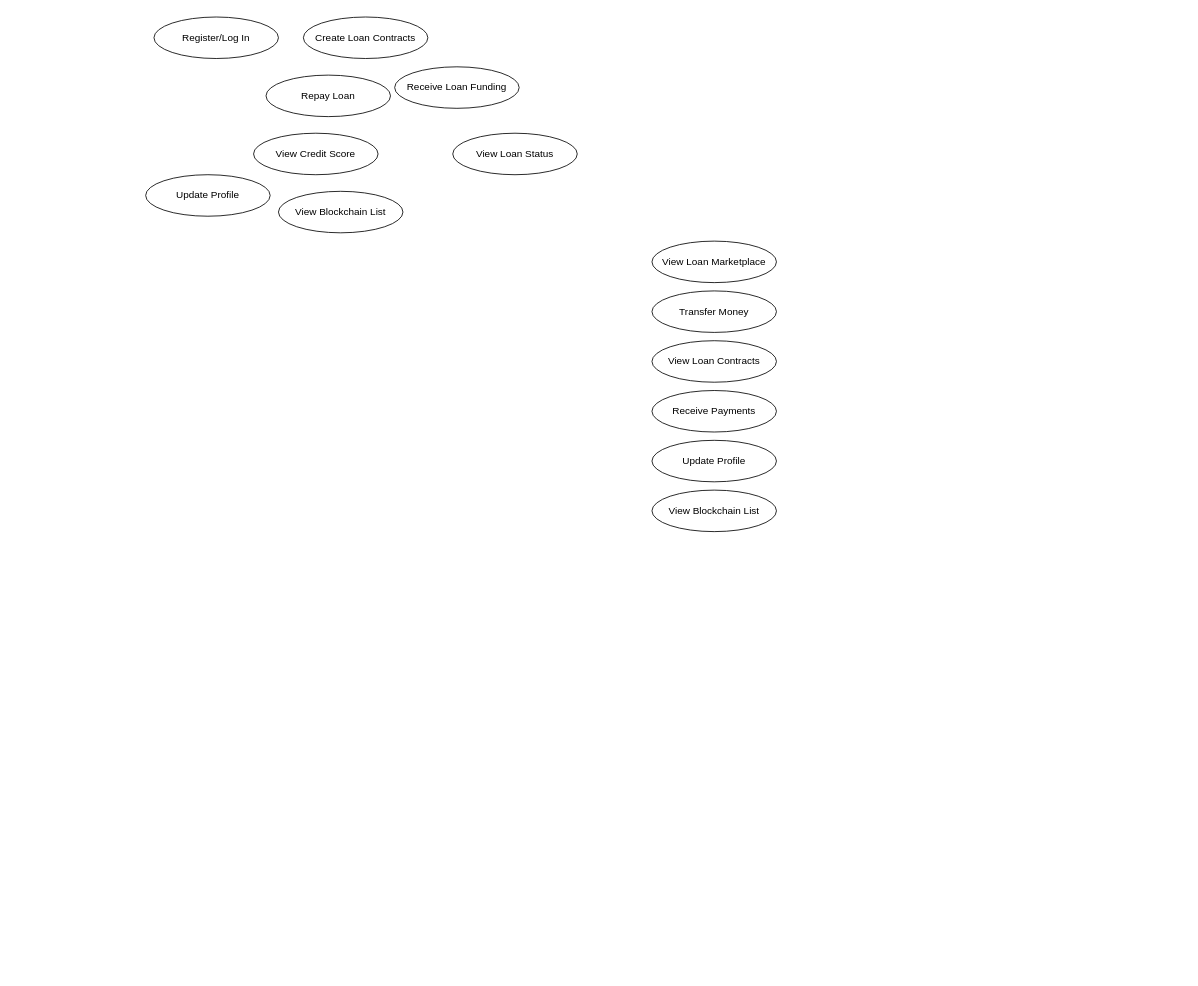
Above: Diagrams/SKY-P2P-UCD.drawio in SQU3AKERS/Sky-P2P (draw.io), before the change. Source tidied: cells renumbered, new cells numbered last; positions are measured from the earlier drawing's top-left corner, leaving out a move shared by most shapes. Both pictures are drawn from the tidied source at 83%, with x=0, y=0 at pixel (145, 17).
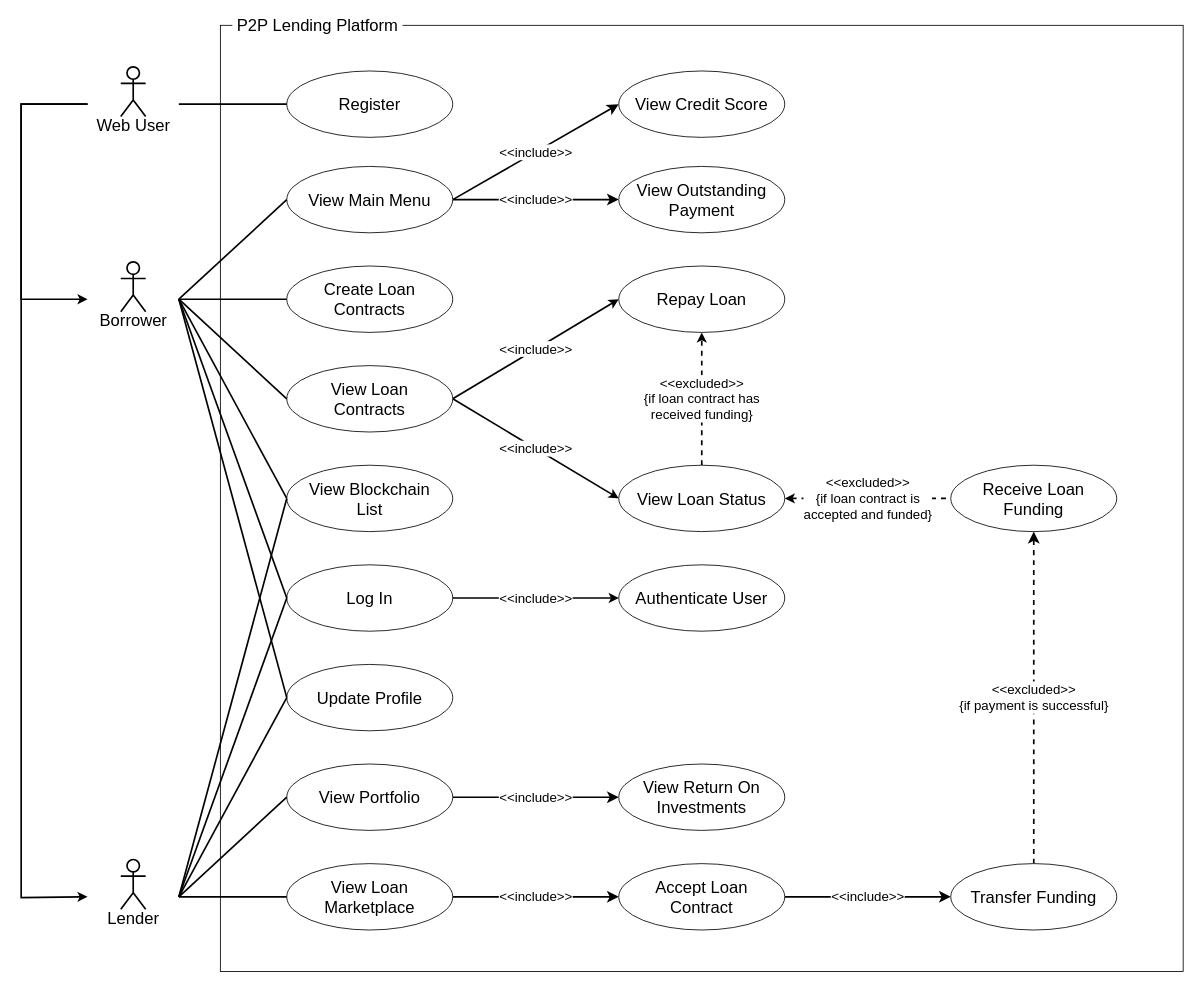
Above is the later version.

What changed in the source:
```diff
@@
+    <mxCell id="16" value="&lt;font style=&quot;font-size: 20px;&quot;&gt;&amp;nbsp;P2P Lending Platform&amp;nbsp;&lt;/font&gt;" style="rounded=0;whiteSpace=wrap;html=1;labelPosition=left;verticalLabelPosition=top;align=right;verticalAlign=bottom;spacing=0;spacingBottom=-12;spacingRight=-220;spacingLeft=0;labelBackgroundColor=default;" parent="1" vertex="1">
+      <mxGeometry x="90" y="10" width="1160" height="1140" as="geometry" />
+    </mxCell>
-    <mxCell id="2" value="Register/Log In" style="ellipse;html=1;whiteSpace=wrap;fillColor=#FFFFFF;" parent="1" vertex="1">
-      <mxGeometry x="10" width="150" height="50" as="geometry" />
+    <mxCell id="2" value="Log In" style="ellipse;html=1;whiteSpace=wrap;fillColor=#FFFFFF;fontSize=20;" parent="1" vertex="1">
+      <mxGeometry x="170" y="660" width="200" height="80" as="geometry" />
     </mxCell>
+    <mxCell id="17" style="rounded=0;jettySize=auto;html=1;exitX=0;exitY=0.5;exitDx=0;exitDy=0;entryX=1;entryY=0.5;entryDx=0;entryDy=0;endArrow=none;endFill=0;strokeWidth=2;" parent="1" edge="1" source="3" target="27">
+      <mxGeometry relative="1" as="geometry" />
+    </mxCell>
-    <mxCell id="3" value="Create Loan Contracts" style="ellipse;html=1;whiteSpace=wrap;fillColor=#FFFFFF;" parent="1" vertex="1">
-      <mxGeometry x="190" width="150" height="50" as="geometry" />
+    <mxCell id="3" value="Create Loan Contracts" style="ellipse;html=1;whiteSpace=wrap;fillColor=#FFFFFF;fontSize=20;" parent="1" vertex="1">
+      <mxGeometry x="170" y="300" width="200" height="80" as="geometry" />
     </mxCell>
-    <mxCell id="4" value="Receive Loan Funding" style="ellipse;html=1;whiteSpace=wrap;fillColor=#FFFFFF;" parent="1" vertex="1">
-      <mxGeometry x="300" y="60" width="150" height="50" as="geometry" />
+    <mxCell id="4" value="Receive Loan Funding" style="ellipse;html=1;whiteSpace=wrap;fillColor=#FFFFFF;fontSize=20;" parent="1" vertex="1">
+      <mxGeometry x="970" y="540" width="200" height="80" as="geometry" />
     </mxCell>
-    <mxCell id="5" value="Repay Loan" style="ellipse;html=1;whiteSpace=wrap;fillColor=#FFFFFF;" parent="1" vertex="1">
-      <mxGeometry x="145" y="70" width="150" height="50" as="geometry" />
+    <mxCell id="5" value="Repay Loan" style="ellipse;html=1;whiteSpace=wrap;fillColor=#FFFFFF;fontSize=20;" parent="1" vertex="1">
+      <mxGeometry x="570" y="300" width="200" height="80" as="geometry" />
     </mxCell>
+    <mxCell id="18" value="&amp;lt;&amp;lt;excluded&amp;gt;&amp;gt;&lt;br&gt;{if loan contract has&lt;br&gt;received funding}" style="rounded=0;jettySize=auto;html=1;exitX=0.5;exitY=0;exitDx=0;exitDy=0;entryX=0.5;entryY=1;entryDx=0;entryDy=0;fontSize=16;strokeWidth=2;dashed=1;" parent="1" edge="1" source="6" target="5">
+      <mxGeometry relative="1" as="geometry" />
+    </mxCell>
-    <mxCell id="6" value="View Loan Status" style="ellipse;html=1;whiteSpace=wrap;fillColor=#FFFFFF;" parent="1" vertex="1">
-      <mxGeometry x="370" y="140" width="150" height="50" as="geometry" />
+    <mxCell id="6" value="View Loan Status" style="ellipse;html=1;whiteSpace=wrap;fillColor=#FFFFFF;fontSize=20;" parent="1" vertex="1">
+      <mxGeometry x="570" y="540" width="200" height="80" as="geometry" />
     </mxCell>
-    <mxCell id="7" value="View Credit Score" style="ellipse;html=1;whiteSpace=wrap;fillColor=#FFFFFF;" parent="1" vertex="1">
-      <mxGeometry x="130" y="140" width="150" height="50" as="geometry" />
+    <mxCell id="7" value="View Credit Score" style="ellipse;html=1;whiteSpace=wrap;fillColor=#FFFFFF;fontSize=20;" parent="1" vertex="1">
+      <mxGeometry x="570" y="65" width="200" height="80" as="geometry" />
     </mxCell>
-    <mxCell id="8" value="Update Profile" style="ellipse;html=1;whiteSpace=wrap;fillColor=#FFFFFF;" parent="1" vertex="1">
-      <mxGeometry y="190" width="150" height="50" as="geometry" />
+    <mxCell id="8" value="Update Profile" style="ellipse;html=1;whiteSpace=wrap;fillColor=#FFFFFF;fontSize=20;" parent="1" vertex="1">
+      <mxGeometry x="170" y="780" width="200" height="80" as="geometry" />
     </mxCell>
+    <mxCell id="19" style="rounded=0;jettySize=auto;html=1;exitX=0;exitY=0.5;exitDx=0;exitDy=0;entryX=1;entryY=0.5;entryDx=0;entryDy=0;strokeWidth=2;endArrow=none;endFill=0;" parent="1" edge="1" source="9" target="27">
+      <mxGeometry relative="1" as="geometry" />
+    </mxCell>
-    <mxCell id="9" value="View Blockchain List" style="ellipse;html=1;whiteSpace=wrap;fillColor=#FFFFFF;" parent="1" vertex="1">
-      <mxGeometry x="160" y="210" width="150" height="50" as="geometry" />
+    <mxCell id="9" value="View Blockchain&lt;br&gt;List" style="ellipse;html=1;whiteSpace=wrap;fillColor=#FFFFFF;fontSize=20;" parent="1" vertex="1">
+      <mxGeometry x="170" y="540" width="200" height="80" as="geometry" />
     </mxCell>
+    <mxCell id="20" value="&lt;font style=&quot;font-size: 16px;&quot;&gt;&amp;lt;&amp;lt;include&amp;gt;&amp;gt;&lt;/font&gt;" style="edgeStyle=none;curved=1;rounded=0;jettySize=auto;html=1;exitX=1;exitY=0.5;exitDx=0;exitDy=0;entryX=0;entryY=0.5;entryDx=0;entryDy=0;fontSize=16;startSize=8;endSize=8;strokeWidth=2;" parent="1" edge="1" source="10" target="53">
+      <mxGeometry relative="1" as="geometry" />
+    </mxCell>
-    <mxCell id="10" value="View Loan Marketplace" style="ellipse;html=1;whiteSpace=wrap;fillColor=#FFFFFF;" parent="1" vertex="1">
-      <mxGeometry x="610" y="270" width="150" height="50" as="geometry" />
+    <mxCell id="10" value="View Loan Marketplace" style="ellipse;html=1;whiteSpace=wrap;fillColor=#FFFFFF;fontSize=20;" parent="1" vertex="1">
+      <mxGeometry x="170" y="1020" width="200" height="80" as="geometry" />
     </mxCell>
+    <mxCell id="21" value="&amp;lt;&amp;lt;excluded&amp;gt;&amp;gt;&lt;br&gt;{if payment is successful}" style="edgeStyle=none;curved=1;rounded=0;jettySize=auto;html=1;exitX=0.5;exitY=0;exitDx=0;exitDy=0;entryX=0.5;entryY=1;entryDx=0;entryDy=0;fontSize=16;startSize=8;endSize=8;dashed=1;strokeWidth=2;" parent="1" edge="1" source="11" target="4">
+      <mxGeometry relative="1" as="geometry" />
+    </mxCell>
-    <mxCell id="11" value="Transfer Money" style="ellipse;html=1;whiteSpace=wrap;fillColor=#FFFFFF;" parent="1" vertex="1">
-      <mxGeometry x="610" y="330" width="150" height="50" as="geometry" />
+    <mxCell id="11" value="Transfer Funding" style="ellipse;html=1;whiteSpace=wrap;fillColor=#FFFFFF;fontSize=20;" parent="1" vertex="1">
+      <mxGeometry x="970" y="1020" width="200" height="80" as="geometry" />
     </mxCell>
+    <mxCell id="22" value="&lt;font style=&quot;font-size: 16px;&quot;&gt;&amp;lt;&amp;lt;excluded&amp;gt;&amp;gt;&lt;br style=&quot;font-size: 16px;&quot;&gt;{if loan contract is &lt;br style=&quot;font-size: 16px;&quot;&gt;accepted and funded}&lt;br style=&quot;font-size: 16px;&quot;&gt;&lt;/font&gt;" style="rounded=0;jettySize=auto;html=1;exitX=1;exitY=0.5;exitDx=0;exitDy=0;entryX=0;entryY=0.5;entryDx=0;entryDy=0;endArrow=none;endFill=0;strokeWidth=2;startArrow=classic;startFill=1;dashed=1;fontSize=16;" parent="1" edge="1" source="6" target="4">
+      <mxGeometry relative="1" as="geometry" />
+    </mxCell>
+    <mxCell id="23" value="&amp;lt;&amp;lt;include&amp;gt;&amp;gt;" style="rounded=0;jettySize=auto;html=1;exitX=1;exitY=0.5;exitDx=0;exitDy=0;entryX=0;entryY=0.5;entryDx=0;entryDy=0;strokeWidth=2;fontSize=16;" parent="1" edge="1" source="12" target="5">
+      <mxGeometry relative="1" as="geometry" />
+    </mxCell>
+    <mxCell id="24" value="&amp;lt;&amp;lt;include&amp;gt;&amp;gt;" style="rounded=0;jettySize=auto;html=1;exitX=1;exitY=0.5;exitDx=0;exitDy=0;entryX=0;entryY=0.5;entryDx=0;entryDy=0;strokeWidth=2;fontSize=16;" parent="1" edge="1" source="12" target="6">
+      <mxGeometry relative="1" as="geometry" />
+    </mxCell>
-    <mxCell id="12" value="View Loan Contracts" style="ellipse;html=1;whiteSpace=wrap;fillColor=#FFFFFF;" parent="1" vertex="1">
-      <mxGeometry x="610" y="390" width="150" height="50" as="geometry" />
+    <mxCell id="12" value="View Loan&lt;br&gt;Contracts" style="ellipse;html=1;whiteSpace=wrap;fillColor=#FFFFFF;fontSize=20;" parent="1" vertex="1">
+      <mxGeometry x="170" y="420" width="200" height="80" as="geometry" />
     </mxCell>
+    <mxCell id="25" value="&amp;lt;&amp;lt;include&amp;gt;&amp;gt;" style="edgeStyle=none;curved=1;rounded=0;jettySize=auto;html=1;exitX=1;exitY=0.5;exitDx=0;exitDy=0;entryX=0;entryY=0.5;entryDx=0;entryDy=0;fontSize=16;startSize=8;endSize=8;strokeWidth=2;" parent="1" edge="1" source="13" target="55">
+      <mxGeometry relative="1" as="geometry" />
+    </mxCell>
-    <mxCell id="13" value="Receive Payments" style="ellipse;html=1;whiteSpace=wrap;fillColor=#FFFFFF;" parent="1" vertex="1">
-      <mxGeometry x="610" y="450" width="150" height="50" as="geometry" />
+    <mxCell id="13" value="View Portfolio" style="ellipse;html=1;whiteSpace=wrap;fillColor=#FFFFFF;fontSize=20;" parent="1" vertex="1">
+      <mxGeometry x="170" y="900" width="200" height="80" as="geometry" />
     </mxCell>
-    <mxCell id="14" value="Update Profile" style="ellipse;html=1;whiteSpace=wrap;fillColor=#FFFFFF;" parent="1" vertex="1">
-      <mxGeometry x="610" y="510" width="150" height="50" as="geometry" />
-    </mxCell>
-    <mxCell id="15" value="View Blockchain List" style="ellipse;html=1;whiteSpace=wrap;fillColor=#FFFFFF;" parent="1" vertex="1">
-      <mxGeometry x="610" y="570" width="150" height="50" as="geometry" />
+    <mxCell id="15" value="Register" style="ellipse;html=1;whiteSpace=wrap;fillColor=#FFFFFF;fontSize=20;" parent="1" vertex="1">
+      <mxGeometry x="170" y="65" width="200" height="80" as="geometry" />
     </mxCell>
+    <mxCell id="26" style="group;" parent="1" vertex="1">
+      <mxGeometry x="-70" y="265" width="110" height="150" as="geometry" />
+    </mxCell>
+    <mxCell id="27" style="ellipse;whiteSpace=wrap;html=1;strokeColor=none;fillColor=none;" parent="26" vertex="1">
+      <mxGeometry width="110" height="150" as="geometry" />
+    </mxCell>
+    <mxCell id="28" value="Borrower" style="shape=umlActor;verticalLabelPosition=bottom;verticalAlign=top;html=1;strokeWidth=2;fontSize=20;spacingBottom=0;spacingTop=-8;" parent="26" vertex="1">
+      <mxGeometry x="40" y="30" width="30" height="60" as="geometry" />
+    </mxCell>
+    <mxCell id="29" style="group;" parent="1" vertex="1">
+      <mxGeometry x="-70" y="985" width="110" height="150" as="geometry" />
+    </mxCell>
+    <mxCell id="30" style="ellipse;whiteSpace=wrap;html=1;fillColor=none;strokeColor=none;" parent="29" vertex="1">
+      <mxGeometry width="110" height="150" as="geometry" />
+    </mxCell>
+    <mxCell id="31" value="Lender" style="shape=umlActor;verticalLabelPosition=bottom;verticalAlign=top;html=1;strokeWidth=2;fontSize=20;spacingBottom=0;spacingTop=-8;" parent="29" vertex="1">
+      <mxGeometry x="40" y="30" width="30" height="60" as="geometry" />
+    </mxCell>
+    <mxCell id="32" style="rounded=0;jettySize=auto;html=1;exitX=1;exitY=0.5;exitDx=0;exitDy=0;entryX=0;entryY=0.5;entryDx=0;entryDy=0;endArrow=none;endFill=0;strokeWidth=2;" parent="1" edge="1" source="30" target="2">
+      <mxGeometry relative="1" as="geometry" />
+    </mxCell>
+    <mxCell id="33" style="group;" parent="1" vertex="1">
+      <mxGeometry x="-70" y="30" width="110" height="150" as="geometry" />
+    </mxCell>
+    <mxCell id="34" style="ellipse;whiteSpace=wrap;html=1;strokeWidth=0;strokeColor=none;fillColor=none;" parent="33" vertex="1">
+      <mxGeometry width="110" height="150" as="geometry" />
+    </mxCell>
+    <mxCell id="35" value="Web User" style="shape=umlActor;verticalLabelPosition=bottom;verticalAlign=top;html=1;strokeWidth=2;fontSize=20;spacingBottom=0;spacingTop=-8;" parent="33" vertex="1">
+      <mxGeometry x="40" y="30" width="30" height="60" as="geometry" />
+    </mxCell>
+    <mxCell id="36" style="rounded=0;jettySize=auto;html=1;exitX=1;exitY=0.5;exitDx=0;exitDy=0;entryX=0;entryY=0.5;entryDx=0;entryDy=0;endArrow=none;endFill=0;strokeWidth=2;" parent="1" edge="1" source="34" target="15">
+      <mxGeometry relative="1" as="geometry" />
+    </mxCell>
+    <mxCell id="37" style="edgeStyle=orthogonalEdgeStyle;rounded=0;jettySize=auto;html=1;exitX=0;exitY=0.5;exitDx=0;exitDy=0;entryX=0;entryY=0.5;entryDx=0;entryDy=0;strokeWidth=2;" parent="1" edge="1" source="34" target="30">
+      <mxGeometry relative="1" as="geometry">
+        <Array as="points">
+          <mxPoint x="-150" y="105" />
+          <mxPoint x="-150" y="1061" />
+        </Array>
+      </mxGeometry>
+    </mxCell>
+    <mxCell id="38" style="edgeStyle=orthogonalEdgeStyle;rounded=0;jettySize=auto;html=1;exitX=0;exitY=0.5;exitDx=0;exitDy=0;entryX=0;entryY=0.5;entryDx=0;entryDy=0;strokeWidth=2;" parent="1" edge="1" source="34" target="27">
+      <mxGeometry relative="1" as="geometry">
+        <Array as="points">
+          <mxPoint x="-150" y="105" />
+          <mxPoint x="-150" y="340" />
+        </Array>
+      </mxGeometry>
+    </mxCell>
+    <mxCell id="39" style="rounded=0;jettySize=auto;html=1;exitX=1;exitY=0.5;exitDx=0;exitDy=0;entryX=0;entryY=0.5;entryDx=0;entryDy=0;endArrow=none;endFill=0;strokeWidth=2;" parent="1" edge="1" source="27" target="2">
+      <mxGeometry relative="1" as="geometry" />
+    </mxCell>
+    <mxCell id="40" value="&lt;span style=&quot;font-size: 16px;&quot;&gt;&amp;lt;&amp;lt;include&amp;gt;&amp;gt;&lt;br style=&quot;font-size: 16px;&quot;&gt;&lt;/span&gt;" style="rounded=0;jettySize=auto;html=1;exitX=0;exitY=0.5;exitDx=0;exitDy=0;entryX=1;entryY=0.5;entryDx=0;entryDy=0;strokeWidth=2;verticalAlign=middle;spacingTop=0;spacingBottom=0;spacing=2;startArrow=classic;startFill=1;endArrow=none;endFill=0;fontSize=16;" parent="1" edge="1" source="41" target="2">
+      <mxGeometry relative="1" as="geometry" />
+    </mxCell>
+    <mxCell id="41" value="Authenticate User" style="ellipse;html=1;whiteSpace=wrap;fillColor=#FFFFFF;fontSize=20;" parent="1" vertex="1">
+      <mxGeometry x="570" y="660" width="200" height="80" as="geometry" />
+    </mxCell>
+    <mxCell id="42" style="rounded=0;jettySize=auto;html=1;exitX=1;exitY=0.5;exitDx=0;exitDy=0;entryX=0;entryY=0.5;entryDx=0;entryDy=0;strokeWidth=2;endArrow=none;endFill=0;" parent="1" edge="1" source="27" target="12">
+      <mxGeometry relative="1" as="geometry" />
+    </mxCell>
+    <mxCell id="43" style="rounded=0;jettySize=auto;html=1;exitX=1;exitY=0.5;exitDx=0;exitDy=0;entryX=0;entryY=0.5;entryDx=0;entryDy=0;strokeWidth=2;endArrow=none;endFill=0;" parent="1" edge="1" source="30" target="10">
+      <mxGeometry relative="1" as="geometry" />
+    </mxCell>
+    <mxCell id="44" style="rounded=0;jettySize=auto;html=1;exitX=1;exitY=0.5;exitDx=0;exitDy=0;entryX=0;entryY=0.5;entryDx=0;entryDy=0;endArrow=none;endFill=0;strokeWidth=2;" parent="1" edge="1" source="27" target="8">
+      <mxGeometry relative="1" as="geometry" />
+    </mxCell>
+    <mxCell id="45" style="rounded=0;jettySize=auto;html=1;exitX=1;exitY=0.5;exitDx=0;exitDy=0;entryX=0;entryY=0.5;entryDx=0;entryDy=0;endArrow=none;endFill=0;strokeWidth=2;" parent="1" edge="1" source="30" target="8">
+      <mxGeometry relative="1" as="geometry" />
+    </mxCell>
+    <mxCell id="46" style="rounded=0;jettySize=auto;html=1;exitX=1;exitY=0.5;exitDx=0;exitDy=0;entryX=0;entryY=0.5;entryDx=0;entryDy=0;strokeWidth=2;endArrow=none;endFill=0;" parent="1" edge="1" source="30" target="9">
+      <mxGeometry relative="1" as="geometry" />
+    </mxCell>
+    <mxCell id="47" value="&lt;font style=&quot;font-size: 16px;&quot;&gt;&amp;lt;&amp;lt;include&amp;gt;&amp;gt;&lt;/font&gt;" style="edgeStyle=none;curved=1;rounded=0;jettySize=auto;html=1;exitX=1;exitY=0.5;exitDx=0;exitDy=0;entryX=0;entryY=0.5;entryDx=0;entryDy=0;fontSize=12;startSize=8;endSize=8;strokeWidth=2;" parent="1" edge="1" source="49" target="7">
+      <mxGeometry relative="1" as="geometry" />
+    </mxCell>
+    <mxCell id="48" value="&amp;lt;&amp;lt;include&amp;gt;&amp;gt;" style="edgeStyle=none;curved=1;rounded=0;jettySize=auto;html=1;exitX=1;exitY=0.5;exitDx=0;exitDy=0;entryX=0;entryY=0.5;entryDx=0;entryDy=0;fontSize=16;startSize=8;endSize=8;strokeWidth=2;" parent="1" edge="1" source="49" target="51">
+      <mxGeometry relative="1" as="geometry" />
+    </mxCell>
+    <mxCell id="49" value="View Main Menu" style="ellipse;html=1;whiteSpace=wrap;fillColor=#FFFFFF;fontSize=20;" parent="1" vertex="1">
+      <mxGeometry x="170" y="180" width="200" height="80" as="geometry" />
+    </mxCell>
+    <mxCell id="50" style="rounded=0;jettySize=auto;html=1;exitX=1;exitY=0.5;exitDx=0;exitDy=0;entryX=0;entryY=0.5;entryDx=0;entryDy=0;strokeWidth=2;endArrow=none;endFill=0;" parent="1" edge="1" source="27" target="49">
+      <mxGeometry relative="1" as="geometry" />
+    </mxCell>
+    <mxCell id="51" value="View Outstanding&lt;br&gt;Payment" style="ellipse;html=1;whiteSpace=wrap;fillColor=#FFFFFF;fontSize=20;" parent="1" vertex="1">
+      <mxGeometry x="570" y="180" width="200" height="80" as="geometry" />
+    </mxCell>
+    <mxCell id="52" value="&amp;lt;&amp;lt;include&amp;gt;&amp;gt;" style="edgeStyle=none;curved=1;rounded=0;jettySize=auto;html=1;exitX=1;exitY=0.5;exitDx=0;exitDy=0;entryX=0;entryY=0.5;entryDx=0;entryDy=0;fontSize=16;startSize=8;endSize=8;strokeWidth=2;" parent="1" edge="1" source="53" target="11">
+      <mxGeometry relative="1" as="geometry" />
+    </mxCell>
+    <mxCell id="53" value="Accept Loan&lt;br&gt;Contract" style="ellipse;html=1;whiteSpace=wrap;fillColor=#FFFFFF;fontSize=20;" parent="1" vertex="1">
+      <mxGeometry x="570" y="1020" width="200" height="80" as="geometry" />
+    </mxCell>
+    <mxCell id="54" style="edgeStyle=none;curved=1;rounded=0;jettySize=auto;html=1;exitX=1;exitY=0.5;exitDx=0;exitDy=0;entryX=0;entryY=0.5;entryDx=0;entryDy=0;fontSize=13;startSize=8;endSize=8;endArrow=none;endFill=0;strokeWidth=2;" parent="1" edge="1" source="30" target="13">
+      <mxGeometry relative="1" as="geometry" />
+    </mxCell>
+    <mxCell id="55" value="View Return On&lt;br&gt;Investments" style="ellipse;html=1;whiteSpace=wrap;fillColor=#FFFFFF;fontSize=20;" parent="1" vertex="1">
+      <mxGeometry x="570" y="900" width="200" height="80" as="geometry" />
+    </mxCell>
```
